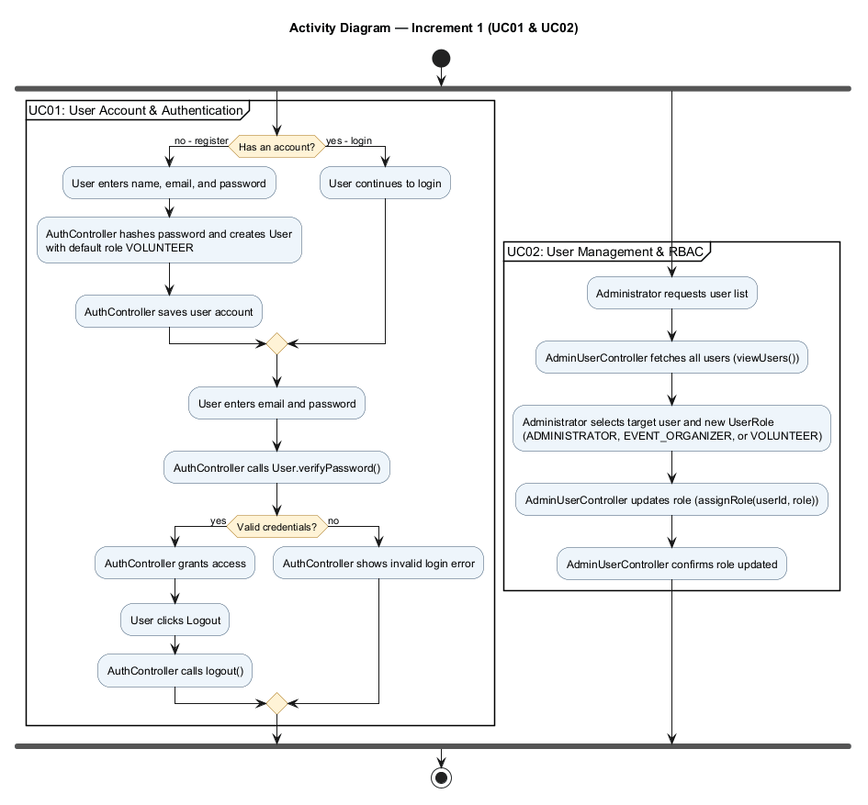
Before: uml/rendered/AD_Increment1_Combined.png, a diagram exported from PlantUML (LeenQasem/SE-project-group8).
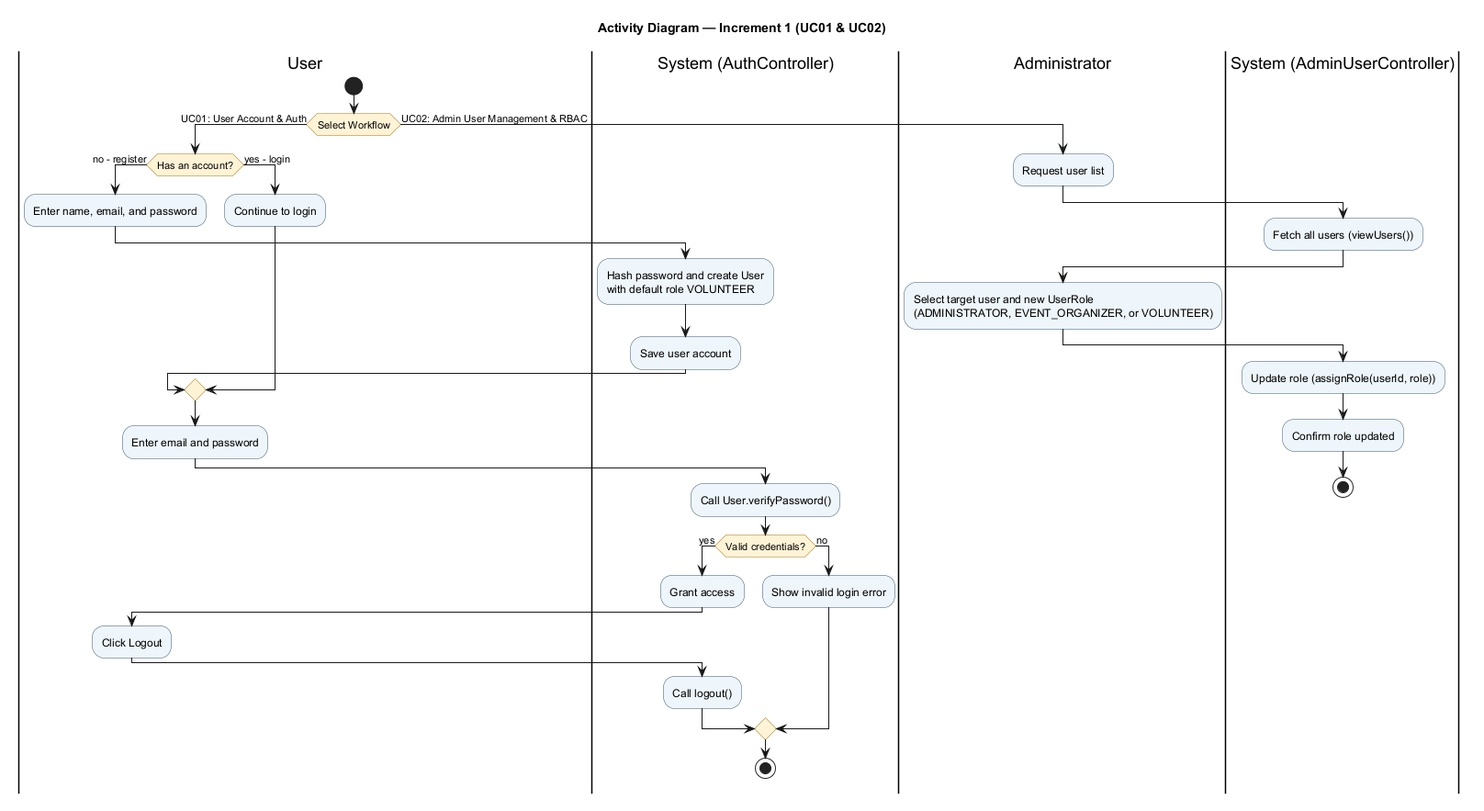
Above is the later version.

Diff of the diagram source:
```diff
@@ -2,42 +2,49 @@
 title Activity Diagram — Increment 1 (UC01 & UC02)
 skinparam shadowing false
 skinparam activity {
-  BackgroundColor #EEF5FB
-  BorderColor #36536F
-  DiamondBackgroundColor #FFF3D6
-  DiamondBorderColor #A87516
+BackgroundColor #EEF5FB
+BorderColor #36536F
+DiamondBackgroundColor #FFF3D6
+DiamondBorderColor #A87516
 }
-
+|User|
 start
-fork
-partition "UC01: User Account & Authentication" {
-  if (Has an account?) then (no - register)
-    :User enters name, email, and password;
-    :AuthController hashes password and creates User
-    with default role VOLUNTEER;
-    :AuthController saves user account;
-  else (yes - login)
-    :User continues to login;
-  endif
-  :User enters email and password;
-  :AuthController calls User.verifyPassword();
-  if (Valid credentials?) then (yes)
-    :AuthController grants access;
-    :User clicks Logout;
-    :AuthController calls logout();
-  else (no)
-    :AuthController shows invalid login error;
-  endif
-}
-fork again
-partition "UC02: User Management & RBAC" {
-  :Administrator requests user list;
-  :AdminUserController fetches all users (viewUsers());
-  :Administrator selects target user and new UserRole
-  (ADMINISTRATOR, EVENT_ORGANIZER, or VOLUNTEER);
-  :AdminUserController updates role (assignRole(userId, role));
-  :AdminUserController confirms role updated;
-}
-end fork
+if (Select Workflow) then (UC01: User Account & Auth)
+if (Has an account?) then (no - register)
+:Enter name, email, and password;
+|System (AuthController)|
+:Hash password and create User
+with default role VOLUNTEER;
+:Save user account;
+else (yes - login)
+|User|
+:Continue to login;
+endif
+|User|
+:Enter email and password;
+|System (AuthController)|
+:Call User.verifyPassword();
+if (Valid credentials?) then (yes)
+:Grant access;
+|User|
+:Click Logout;
+|System (AuthController)|
+:Call logout();
+else (no)
+:Show invalid login error;
+endif
 stop
+else (UC02: Admin User Management & RBAC)
+|Administrator|
+:Request user list;
+|System (AdminUserController)|
+:Fetch all users (viewUsers());
+|Administrator|
+:Select target user and new UserRole
+(ADMINISTRATOR, EVENT_ORGANIZER, or VOLUNTEER);
+|System (AdminUserController)|
+:Update role (assignRole(userId, role));
+:Confirm role updated;
+stop
+endif
 @enduml
```
